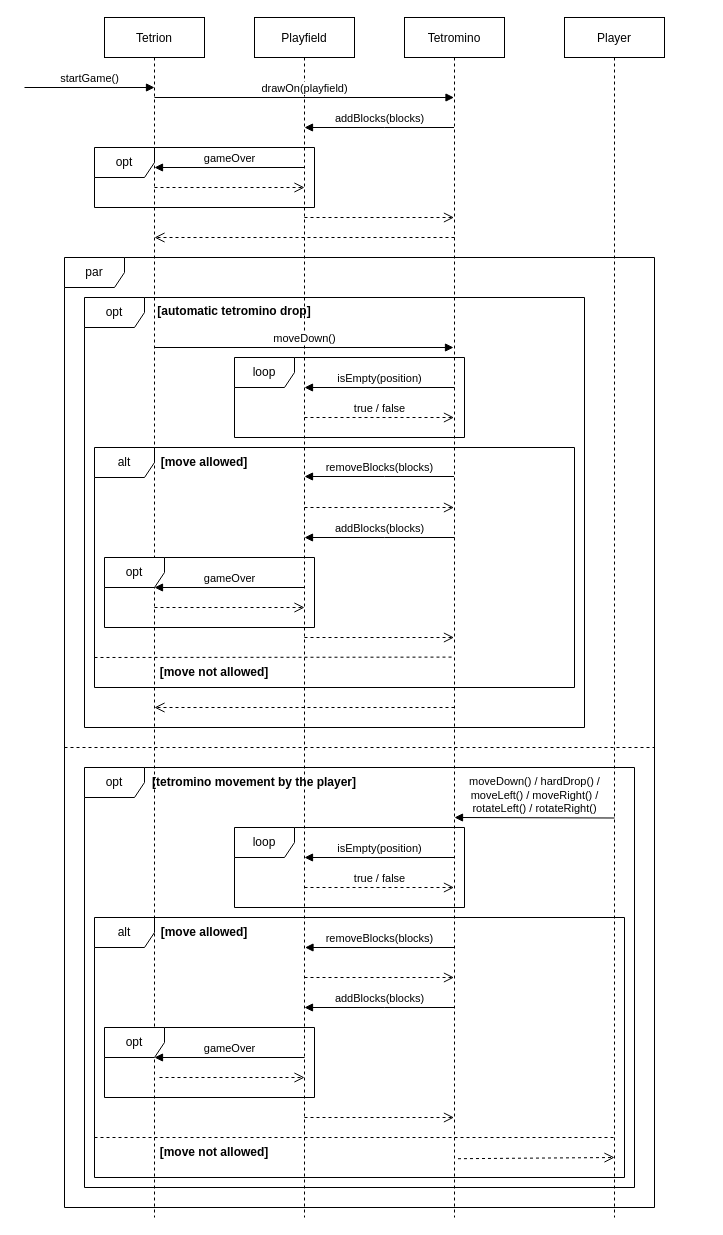
The draw.io diagram design/subsystem-interactions.drawio in attila-ks/tetris, before the edit. Source tidied: cells renumbered, new cells numbered last; positions are measured from the earlier drawing's top-left corner, leaving out a move shared by most shapes. Both pictures are drawn from the tidied source at 100%, with x=0, y=0 at pixel (24, 17).
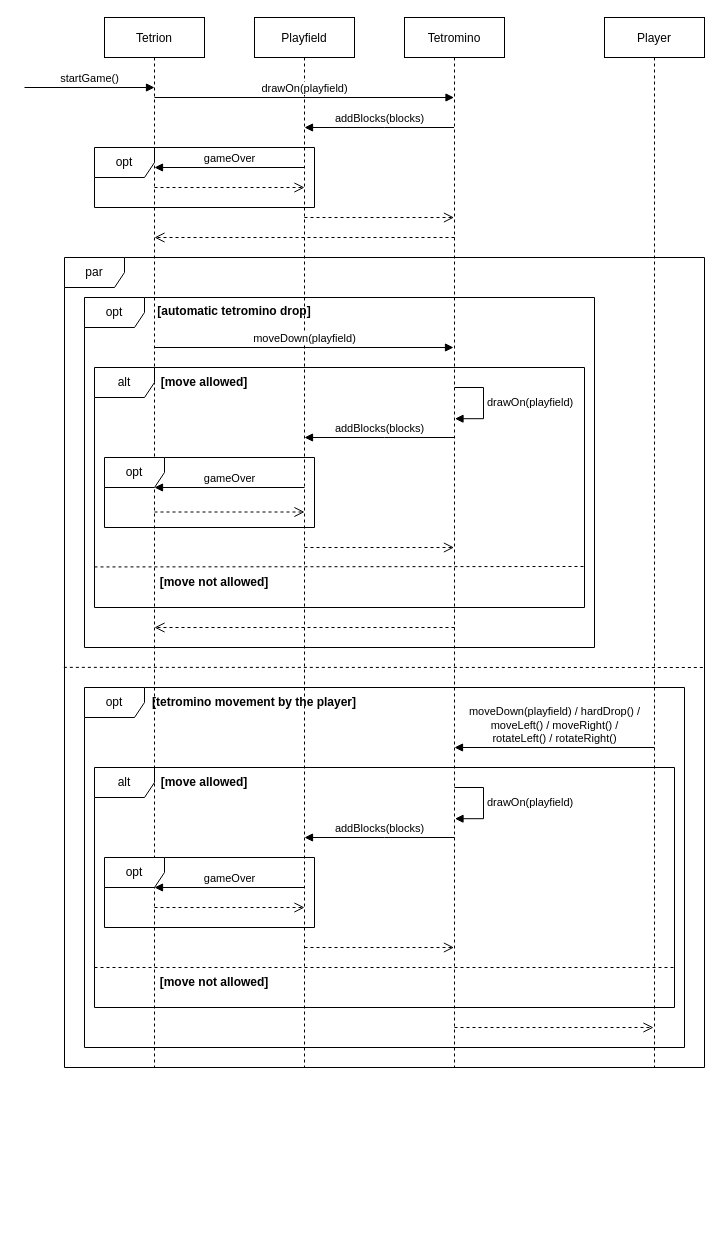
Above is the later version.

Change to the diagram source:
```diff
@@
     <mxCell id="2" value="par" style="shape=umlFrame;whiteSpace=wrap;html=1;" parent="1" vertex="1">
-      <mxGeometry x="40" y="240" width="590" height="950" as="geometry" />
+      <mxGeometry x="40" y="240" width="640" height="810" as="geometry" />
     </mxCell>
+    <mxCell id="5" value="opt" style="shape=umlFrame;whiteSpace=wrap;html=1;" parent="1" vertex="1">
+      <mxGeometry x="60" y="670" width="600" height="360" as="geometry" />
+    </mxCell>
+    <mxCell id="6" value="alt" style="shape=umlFrame;whiteSpace=wrap;html=1;" parent="1" vertex="1">
+      <mxGeometry x="70" y="750" width="580" height="240" as="geometry" />
+    </mxCell>
+    <mxCell id="20" value="Player" style="shape=umlLifeline;perimeter=lifelinePerimeter;rounded=0;shadow=0;strokeWidth=1;" parent="1" vertex="1">
+      <mxGeometry x="580" width="100" height="1050" as="geometry" />
+    </mxCell>
+    <mxCell id="17" value="Tetromino" style="shape=umlLifeline;perimeter=lifelinePerimeter;rounded=0;shadow=0;strokeWidth=1;" parent="1" vertex="1">
+      <mxGeometry x="380" width="100" height="1050" as="geometry" />
+    </mxCell>
+    <mxCell id="18" style="html=1;verticalAlign=bottom;endArrow=open;dashed=1;endSize=8;rounded=0;exitX=0.5;exitY=0.345;exitDx=0;exitDy=0;exitPerimeter=0;" parent="17" edge="1">
+      <mxGeometry relative="1" as="geometry">
+        <mxPoint x="-100" y="200" as="sourcePoint" />
+        <mxPoint x="49.5" y="200" as="targetPoint" />
+      </mxGeometry>
+    </mxCell>
+    <mxCell id="29" value="addBlocks(blocks)" style="html=1;verticalAlign=bottom;endArrow=block;rounded=0;" parent="17" edge="1">
+      <mxGeometry relative="1" as="geometry">
+        <mxPoint x="50" y="420" as="sourcePoint" />
+        <mxPoint x="-100" y="420" as="targetPoint" />
+        <Array as="points">
+          <mxPoint x="-20" y="420" />
+        </Array>
+      </mxGeometry>
+    </mxCell>
+    <mxCell id="52" value="&lt;span style=&quot;text-align: center;&quot;&gt;drawOn(playfield)&lt;/span&gt;" style="edgeStyle=orthogonalEdgeStyle;html=1;align=left;spacingLeft=2;endArrow=block;rounded=0;entryX=0.515;entryY=0.334;exitX=0.51;exitY=0.308;exitDx=0;exitDy=0;exitPerimeter=0;entryDx=0;entryDy=0;entryPerimeter=0;" parent="17" edge="1">
+      <mxGeometry relative="1" as="geometry">
+        <mxPoint x="50" y="770" as="sourcePoint" />
+        <mxPoint x="50.5" y="801.2" as="targetPoint" />
+        <Array as="points">
+          <mxPoint x="79" y="770.4" />
+          <mxPoint x="79" y="801.4" />
+        </Array>
+      </mxGeometry>
+    </mxCell>
+    <mxCell id="11" style="html=1;verticalAlign=bottom;endArrow=open;dashed=1;endSize=8;rounded=0;" parent="17" edge="1">
+      <mxGeometry relative="1" as="geometry">
+        <mxPoint x="-100" y="930" as="sourcePoint" />
+        <mxPoint x="49.5" y="930" as="targetPoint" />
+      </mxGeometry>
+    </mxCell>
+    <mxCell id="9" value="Playfield" style="shape=umlLifeline;perimeter=lifelinePerimeter;rounded=0;shadow=0;strokeWidth=1;" parent="1" vertex="1">
+      <mxGeometry x="230" width="100" height="1050" as="geometry" />
+    </mxCell>
+    <mxCell id="10" style="html=1;verticalAlign=bottom;endArrow=open;dashed=1;endSize=8;rounded=0;" parent="9" edge="1">
+      <mxGeometry relative="1" as="geometry">
+        <mxPoint x="200" y="220" as="sourcePoint" />
+        <mxPoint x="-100" y="220" as="targetPoint" />
+        <Array as="points">
+          <mxPoint x="-59.5" y="220" />
+        </Array>
+      </mxGeometry>
+    </mxCell>
+    <mxCell id="33" style="html=1;verticalAlign=bottom;endArrow=open;dashed=1;endSize=8;rounded=0;" parent="9" edge="1">
+      <mxGeometry relative="1" as="geometry">
+        <mxPoint x="50" y="530" as="sourcePoint" />
+        <mxPoint x="199.5" y="530" as="targetPoint" />
+      </mxGeometry>
+    </mxCell>
+    <mxCell id="8" value="Tetrion" style="shape=umlLifeline;perimeter=lifelinePerimeter;rounded=0;shadow=0;strokeWidth=1;" parent="1" vertex="1">
+      <mxGeometry x="80" width="100" height="1050" as="geometry" />
+    </mxCell>
     <mxCell id="3" value="opt" style="shape=umlFrame;whiteSpace=wrap;html=1;width=60;height=30;" parent="1" vertex="1">
-      <mxGeometry x="60" y="280" width="500" height="430" as="geometry" />
+      <mxGeometry x="60" y="280" width="510" height="350" as="geometry" />
     </mxCell>
     <mxCell id="4" value="alt" style="shape=umlFrame;whiteSpace=wrap;html=1;" parent="1" vertex="1">
-      <mxGeometry x="70" y="430" width="480" height="240" as="geometry" />
+      <mxGeometry x="70" y="350" width="490" height="240" as="geometry" />
     </mxCell>
-    <mxCell id="5" value="opt" style="shape=umlFrame;whiteSpace=wrap;html=1;" parent="1" vertex="1">
-      <mxGeometry x="60" y="750" width="550" height="420" as="geometry" />
-    </mxCell>
-    <mxCell id="6" value="alt" style="shape=umlFrame;whiteSpace=wrap;html=1;" parent="1" vertex="1">
-      <mxGeometry x="70" y="900" width="530" height="260" as="geometry" />
-    </mxCell>
-    <mxCell id="7" value="loop" style="shape=umlFrame;whiteSpace=wrap;html=1;" parent="1" vertex="1">
-      <mxGeometry x="210" y="810" width="230" height="80" as="geometry" />
-    </mxCell>
-    <mxCell id="8" value="Tetrion" style="shape=umlLifeline;perimeter=lifelinePerimeter;rounded=0;shadow=0;strokeWidth=1;" parent="1" vertex="1">
-      <mxGeometry x="80" width="100" height="1200" as="geometry" />
-    </mxCell>
-    <mxCell id="9" value="Playfield" style="shape=umlLifeline;perimeter=lifelinePerimeter;rounded=0;shadow=0;strokeWidth=1;" parent="1" vertex="1">
-      <mxGeometry x="230" width="100" height="1200" as="geometry" />
-    </mxCell>
-    <mxCell id="10" style="html=1;verticalAlign=bottom;endArrow=open;dashed=1;endSize=8;rounded=0;" parent="9" edge="1">
-      <mxGeometry relative="1" as="geometry">
-        <mxPoint x="200" y="220" as="sourcePoint" />
-        <mxPoint x="-100" y="220" as="targetPoint" />
-        <Array as="points">
-          <mxPoint x="-59.5" y="220" />
-        </Array>
-      </mxGeometry>
-    </mxCell>
-    <mxCell id="11" style="html=1;verticalAlign=bottom;endArrow=open;dashed=1;endSize=8;rounded=0;" parent="9" edge="1">
-      <mxGeometry relative="1" as="geometry">
-        <mxPoint x="50" y="1100" as="sourcePoint" />
-        <mxPoint x="199.5" y="1100" as="targetPoint" />
-      </mxGeometry>
-    </mxCell>
-    <mxCell id="12" value="addBlocks(blocks)" style="html=1;verticalAlign=bottom;endArrow=block;rounded=0;" parent="9" edge="1">
-      <mxGeometry relative="1" as="geometry">
-        <mxPoint x="200" y="990" as="sourcePoint" />
-        <mxPoint x="50" y="990" as="targetPoint" />
-        <Array as="points">
-          <mxPoint x="130" y="990" />
-        </Array>
-      </mxGeometry>
-    </mxCell>
-    <mxCell id="13" value="removeBlocks(blocks)" style="html=1;verticalAlign=bottom;endArrow=block;rounded=0;" parent="9" edge="1">
-      <mxGeometry relative="1" as="geometry">
-        <mxPoint x="200" y="930" as="sourcePoint" />
-        <mxPoint x="50.5" y="930" as="targetPoint" />
-        <Array as="points">
-          <mxPoint x="130.5" y="930" />
-        </Array>
-      </mxGeometry>
-    </mxCell>
-    <mxCell id="14" value="true / false" style="html=1;verticalAlign=bottom;endArrow=open;dashed=1;endSize=8;rounded=0;" parent="9" edge="1">
-      <mxGeometry relative="1" as="geometry">
-        <mxPoint x="50" y="870" as="sourcePoint" />
-        <mxPoint x="199.5" y="870" as="targetPoint" />
-      </mxGeometry>
-    </mxCell>
-    <mxCell id="15" value="isEmpty(position)" style="html=1;verticalAlign=bottom;endArrow=block;rounded=0;exitX=0.179;exitY=0.231;exitDx=0;exitDy=0;exitPerimeter=0;" parent="9" edge="1">
-      <mxGeometry relative="1" as="geometry">
-        <mxPoint x="200" y="840" as="sourcePoint" />
-        <mxPoint x="50" y="840" as="targetPoint" />
-      </mxGeometry>
-    </mxCell>
@@
-    <mxCell id="17" value="Tetromino" style="shape=umlLifeline;perimeter=lifelinePerimeter;rounded=0;shadow=0;strokeWidth=1;" parent="1" vertex="1">
-      <mxGeometry x="380" width="100" height="1200" as="geometry" />
-    </mxCell>
-    <mxCell id="18" style="html=1;verticalAlign=bottom;endArrow=open;dashed=1;endSize=8;rounded=0;exitX=0.5;exitY=0.345;exitDx=0;exitDy=0;exitPerimeter=0;" parent="17" edge="1">
-      <mxGeometry relative="1" as="geometry">
-        <mxPoint x="-100" y="200" as="sourcePoint" />
-        <mxPoint x="49.5" y="200" as="targetPoint" />
-      </mxGeometry>
-    </mxCell>
-    <mxCell id="19" value="moveDown() / hardDrop() /&lt;br&gt;moveLeft() / moveRight() /&lt;br&gt;rotateLeft() / rotateRight()" style="html=1;verticalAlign=bottom;endArrow=block;rounded=0;entryX=0.964;entryY=0.199;entryDx=0;entryDy=0;entryPerimeter=0;" parent="17" edge="1">
-      <mxGeometry relative="1" as="geometry">
-        <mxPoint x="210" y="800.5" as="sourcePoint" />
-        <mxPoint x="50" y="800" as="targetPoint" />
-      </mxGeometry>
-    </mxCell>
-    <mxCell id="20" value="Player" style="shape=umlLifeline;perimeter=lifelinePerimeter;rounded=0;shadow=0;strokeWidth=1;" parent="1" vertex="1">
-      <mxGeometry x="540" width="100" height="1200" as="geometry" />
-    </mxCell>
-    <mxCell id="21" style="endArrow=none;dashed=1;html=1;rounded=0;" parent="20" edge="1">
-      <mxGeometry relative="1" as="geometry">
-        <mxPoint x="-500" y="730" as="sourcePoint" />
-        <mxPoint x="90" y="730" as="targetPoint" />
-      </mxGeometry>
-    </mxCell>
@@
-    <mxCell id="25" value="moveDown()" style="html=1;verticalAlign=bottom;endArrow=block;rounded=0;" parent="1" edge="1">
+    <mxCell id="25" value="moveDown(playfield)" style="html=1;verticalAlign=bottom;endArrow=block;rounded=0;" parent="1" edge="1">
       <mxGeometry relative="1" as="geometry">
         <mxPoint x="130" y="330" as="sourcePoint" />
         <mxPoint x="429" y="330" as="targetPoint" />
       </mxGeometry>
     </mxCell>
-    <mxCell id="26" value="removeBlocks(blocks)" style="html=1;verticalAlign=bottom;endArrow=block;rounded=0;" parent="1" edge="1">
-      <mxGeometry relative="1" as="geometry">
-        <mxPoint x="429.5" y="459" as="sourcePoint" />
-        <mxPoint x="280" y="459" as="targetPoint" />
-        <Array as="points">
-          <mxPoint x="360" y="459" />
-        </Array>
-      </mxGeometry>
-    </mxCell>
@@
-    <mxCell id="28" style="html=1;verticalAlign=bottom;endArrow=open;dashed=1;endSize=8;rounded=0;" parent="1" edge="1">
-      <mxGeometry relative="1" as="geometry">
-        <mxPoint x="280" y="490" as="sourcePoint" />
-        <mxPoint x="429.5" y="490" as="targetPoint" />
-      </mxGeometry>
-    </mxCell>
-    <mxCell id="29" value="addBlocks(blocks)" style="html=1;verticalAlign=bottom;endArrow=block;rounded=0;" parent="1" edge="1">
-      <mxGeometry relative="1" as="geometry">
-        <mxPoint x="430" y="520" as="sourcePoint" />
-        <mxPoint x="280" y="520" as="targetPoint" />
-        <Array as="points">
-          <mxPoint x="360" y="520" />
-        </Array>
-      </mxGeometry>
-    </mxCell>
     <mxCell id="30" value="opt" style="shape=umlFrame;whiteSpace=wrap;html=1;" parent="1" vertex="1">
-      <mxGeometry x="80" y="540" width="210" height="70" as="geometry" />
+      <mxGeometry x="80" y="440" width="210" height="70" as="geometry" />
     </mxCell>
     <mxCell id="31" value="gameOver" style="html=1;verticalAlign=bottom;endArrow=block;rounded=0;" parent="1" edge="1">
       <mxGeometry relative="1" as="geometry">
-        <mxPoint x="280" y="570" as="sourcePoint" />
-        <mxPoint x="130" y="570" as="targetPoint" />
+        <mxPoint x="280" y="470" as="sourcePoint" />
+        <mxPoint x="130" y="470" as="targetPoint" />
       </mxGeometry>
     </mxCell>
     <mxCell id="32" style="html=1;verticalAlign=bottom;endArrow=open;dashed=1;endSize=8;rounded=0;" parent="1" edge="1">
       <mxGeometry relative="1" as="geometry">
-        <mxPoint x="130" y="590" as="sourcePoint" />
-        <mxPoint x="280" y="590" as="targetPoint" />
+        <mxPoint x="130" y="494.5" as="sourcePoint" />
+        <mxPoint x="280" y="494.5" as="targetPoint" />
       </mxGeometry>
     </mxCell>
-    <mxCell id="33" style="html=1;verticalAlign=bottom;endArrow=open;dashed=1;endSize=8;rounded=0;" parent="1" edge="1">
-      <mxGeometry relative="1" as="geometry">
-        <mxPoint x="280" y="620" as="sourcePoint" />
-        <mxPoint x="429.5" y="620" as="targetPoint" />
-      </mxGeometry>
-    </mxCell>
@@
     <mxCell id="35" value="&lt;b&gt;[tetromino movement by the player]&lt;/b&gt;" style="text;html=1;strokeColor=none;fillColor=none;align=center;verticalAlign=middle;whiteSpace=wrap;rounded=0;" parent="1" vertex="1">
-      <mxGeometry x="120" y="750" width="220" height="30" as="geometry" />
+      <mxGeometry x="120" y="670" width="220" height="30" as="geometry" />
     </mxCell>
     <mxCell id="36" value="opt" style="shape=umlFrame;whiteSpace=wrap;html=1;" parent="1" vertex="1">
-      <mxGeometry x="80" y="1010" width="210" height="70" as="geometry" />
+      <mxGeometry x="80" y="840" width="210" height="70" as="geometry" />
     </mxCell>
     <mxCell id="37" value="gameOver" style="html=1;verticalAlign=bottom;endArrow=block;rounded=0;" parent="1" edge="1">
       <mxGeometry relative="1" as="geometry">
-        <mxPoint x="280" y="1040" as="sourcePoint" />
-        <mxPoint x="130" y="1040" as="targetPoint" />
+        <mxPoint x="280" y="870" as="sourcePoint" />
+        <mxPoint x="130" y="870" as="targetPoint" />
       </mxGeometry>
     </mxCell>
     <mxCell id="38" style="html=1;verticalAlign=bottom;endArrow=open;dashed=1;endSize=8;rounded=0;" parent="1" edge="1">
       <mxGeometry relative="1" as="geometry">
-        <mxPoint x="135" y="1060" as="sourcePoint" />
-        <mxPoint x="280" y="1060" as="targetPoint" />
+        <mxPoint x="130" y="890" as="sourcePoint" />
+        <mxPoint x="280" y="890" as="targetPoint" />
       </mxGeometry>
     </mxCell>
     <mxCell id="39" value="&lt;b&gt;[move allowed]&lt;/b&gt;" style="text;html=1;strokeColor=none;fillColor=none;align=center;verticalAlign=middle;whiteSpace=wrap;rounded=0;" parent="1" vertex="1">
-      <mxGeometry x="130" y="900" width="100" height="30" as="geometry" />
+      <mxGeometry x="130" y="750" width="100" height="30" as="geometry" />
     </mxCell>
-    <mxCell id="40" style="endArrow=none;dashed=1;html=1;rounded=0;" parent="1" edge="1" target="20">
+    <mxCell id="40" style="endArrow=none;dashed=1;html=1;rounded=0;" parent="1" edge="1">
       <mxGeometry relative="1" as="geometry">
-        <mxPoint x="70" y="1120" as="sourcePoint" />
+        <mxPoint x="70" y="950" as="sourcePoint" />
+        <mxPoint x="650" y="950" as="targetPoint" />
       </mxGeometry>
     </mxCell>
     <mxCell id="41" value="&lt;b&gt;[move not allowed]&lt;/b&gt;" style="text;html=1;strokeColor=none;fillColor=none;align=center;verticalAlign=middle;whiteSpace=wrap;rounded=0;" parent="1" vertex="1">
-      <mxGeometry x="130" y="1120" width="120" height="30" as="geometry" />
+      <mxGeometry x="130" y="950" width="120" height="30" as="geometry" />
     </mxCell>
-    <mxCell id="42" style="html=1;verticalAlign=bottom;endArrow=open;dashed=1;endSize=8;rounded=0;exitX=0.535;exitY=0.951;exitDx=0;exitDy=0;exitPerimeter=0;" parent="1" edge="1" source="17">
+    <mxCell id="42" style="html=1;verticalAlign=bottom;endArrow=open;dashed=1;endSize=8;rounded=0;entryX=0.49;entryY=0.95;entryDx=0;entryDy=0;entryPerimeter=0;" parent="1" edge="1">
       <mxGeometry relative="1" as="geometry">
-        <mxPoint x="590" y="1140" as="targetPoint" />
+        <mxPoint x="430" y="1010" as="sourcePoint" />
+        <mxPoint x="629" y="1010" as="targetPoint" />
       </mxGeometry>
     </mxCell>
-    <mxCell id="43" value="loop" style="shape=umlFrame;whiteSpace=wrap;html=1;" parent="1" vertex="1">
-      <mxGeometry x="210" y="340" width="230" height="80" as="geometry" />
-    </mxCell>
-    <mxCell id="44" value="isEmpty(position)" style="html=1;verticalAlign=bottom;endArrow=block;rounded=0;exitX=0.179;exitY=0.231;exitDx=0;exitDy=0;exitPerimeter=0;" parent="1" edge="1">
-      <mxGeometry relative="1" as="geometry">
-        <mxPoint x="430" y="370" as="sourcePoint" />
-        <mxPoint x="280" y="370" as="targetPoint" />
-      </mxGeometry>
-    </mxCell>
-    <mxCell id="45" value="true / false" style="html=1;verticalAlign=bottom;endArrow=open;dashed=1;endSize=8;rounded=0;" parent="1" edge="1">
-      <mxGeometry relative="1" as="geometry">
-        <mxPoint x="280" y="400" as="sourcePoint" />
-        <mxPoint x="429.5" y="400" as="targetPoint" />
-      </mxGeometry>
-    </mxCell>
     <mxCell id="46" value="&lt;b&gt;[move allowed]&lt;/b&gt;" style="text;html=1;strokeColor=none;fillColor=none;align=center;verticalAlign=middle;whiteSpace=wrap;rounded=0;" parent="1" vertex="1">
-      <mxGeometry x="130" y="430" width="100" height="30" as="geometry" />
+      <mxGeometry x="130" y="350" width="100" height="30" as="geometry" />
     </mxCell>
-    <mxCell id="47" style="endArrow=none;dashed=1;html=1;rounded=0;entryX=0.5;entryY=0.533;entryDx=0;entryDy=0;entryPerimeter=0;" parent="1" edge="1" target="17">
+    <mxCell id="47" style="endArrow=none;dashed=1;html=1;rounded=0;exitX=0;exitY=0.831;exitDx=0;exitDy=0;exitPerimeter=0;" parent="1" edge="1" source="4">
       <mxGeometry relative="1" as="geometry">
-        <mxPoint x="70" y="640" as="sourcePoint" />
+        <mxPoint x="560" y="549" as="targetPoint" />
       </mxGeometry>
     </mxCell>
     <mxCell id="48" value="&lt;b&gt;[move not allowed]&lt;/b&gt;" style="text;html=1;strokeColor=none;fillColor=none;align=center;verticalAlign=middle;whiteSpace=wrap;rounded=0;" parent="1" vertex="1">
-      <mxGeometry x="130" y="640" width="120" height="30" as="geometry" />
+      <mxGeometry x="130" y="550" width="120" height="30" as="geometry" />
     </mxCell>
     <mxCell id="49" style="html=1;verticalAlign=bottom;endArrow=open;dashed=1;endSize=8;rounded=0;" parent="1" edge="1">
       <mxGeometry relative="1" as="geometry">
-        <mxPoint x="430" y="690" as="sourcePoint" />
-        <mxPoint x="130" y="690" as="targetPoint" />
+        <mxPoint x="430" y="610" as="sourcePoint" />
+        <mxPoint x="130" y="610" as="targetPoint" />
         <Array as="points">
-          <mxPoint x="170.5" y="690" />
+          <mxPoint x="170.5" y="610" />
         </Array>
       </mxGeometry>
     </mxCell>
-    <mxCell id="50" style="html=1;verticalAlign=bottom;endArrow=open;dashed=1;endSize=8;rounded=0;" parent="1" edge="1">
-      <mxGeometry relative="1" as="geometry">
-        <mxPoint x="280" y="960" as="sourcePoint" />
-        <mxPoint x="429.5" y="960" as="targetPoint" />
-      </mxGeometry>
-    </mxCell>
@@
+    <mxCell id="21" style="endArrow=none;dashed=1;html=1;rounded=0;exitX=-0.001;exitY=0.506;exitDx=0;exitDy=0;exitPerimeter=0;" parent="1" edge="1" source="2">
+      <mxGeometry relative="1" as="geometry">
+        <mxPoint x="680" y="650" as="targetPoint" />
+      </mxGeometry>
+    </mxCell>
+    <mxCell id="19" value="moveDown(playfield) / hardDrop() /&lt;br&gt;moveLeft() / moveRight() /&lt;br&gt;rotateLeft() / rotateRight()" style="html=1;verticalAlign=bottom;endArrow=block;rounded=0;" parent="1" edge="1">
+      <mxGeometry relative="1" as="geometry">
+        <mxPoint x="630" y="730" as="sourcePoint" />
+        <mxPoint x="430" y="730" as="targetPoint" />
+      </mxGeometry>
+    </mxCell>
+    <mxCell id="12" value="addBlocks(blocks)" style="html=1;verticalAlign=bottom;endArrow=block;rounded=0;" parent="1" edge="1">
+      <mxGeometry relative="1" as="geometry">
+        <mxPoint x="430" y="820" as="sourcePoint" />
+        <mxPoint x="280" y="820" as="targetPoint" />
+        <Array as="points">
+          <mxPoint x="360" y="820" />
+        </Array>
+      </mxGeometry>
+    </mxCell>
+    <mxCell id="53" value="&lt;span style=&quot;text-align: center;&quot;&gt;drawOn(playfield)&lt;/span&gt;" style="edgeStyle=orthogonalEdgeStyle;html=1;align=left;spacingLeft=2;endArrow=block;rounded=0;entryX=0.515;entryY=0.334;exitX=0.51;exitY=0.308;exitDx=0;exitDy=0;exitPerimeter=0;entryDx=0;entryDy=0;entryPerimeter=0;" parent="1" edge="1">
+      <mxGeometry relative="1" as="geometry">
+        <mxPoint x="430" y="370" as="sourcePoint" />
+        <mxPoint x="430.5" y="401.2" as="targetPoint" />
+        <Array as="points">
+          <mxPoint x="459" y="370.4" />
+          <mxPoint x="459" y="401.4" />
+        </Array>
+      </mxGeometry>
+    </mxCell>
```
